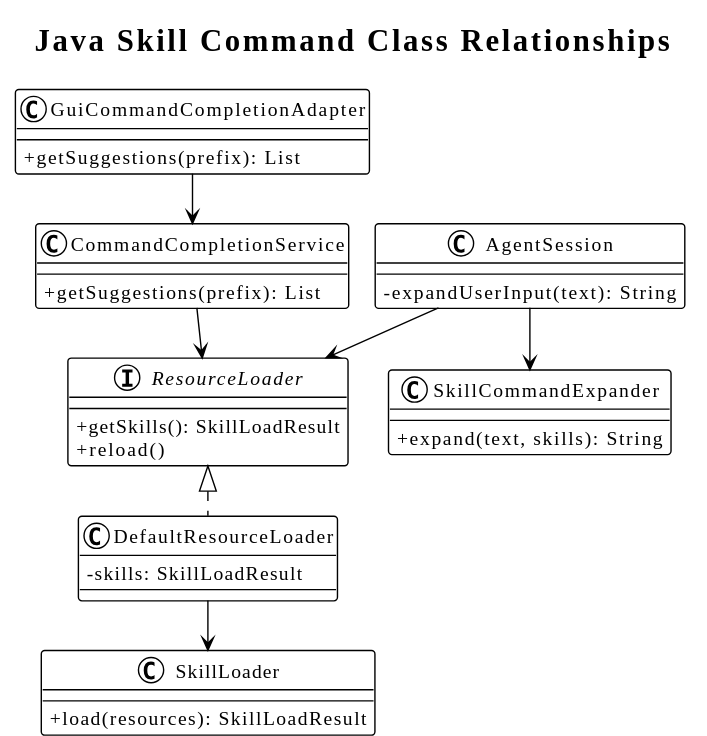
Above: diagrams/skill-command/09-class-relationships.svg in superheromeZzh/pi-mono-java-design (PlantUML), before the change. Its diagram source:
```plantuml
@startuml
!theme plain
!pragma layout smetana
skinparam defaultFontName "SansSerif"
skinparam shadowing false
skinparam backgroundColor transparent
skinparam classAttributeIconSize 0
title Java Skill Command Class Relationships

interface ResourceLoader {
  + getSkills(): SkillLoadResult
  + reload()
}
class DefaultResourceLoader {
  - skills: SkillLoadResult
}
class SkillLoader {
  + load(resources): SkillLoadResult
}
class SkillCommandExpander {
  + expand(text, skills): String
}
class CommandCompletionService {
  + getSuggestions(prefix): List
}
class GuiCommandCompletionAdapter {
  + getSuggestions(prefix): List
}
class AgentSession {
  - expandUserInput(text): String
}

ResourceLoader <|.. DefaultResourceLoader
DefaultResourceLoader --> SkillLoader
AgentSession --> ResourceLoader
AgentSession --> SkillCommandExpander
CommandCompletionService --> ResourceLoader
GuiCommandCompletionAdapter --> CommandCompletionService
@enduml
```
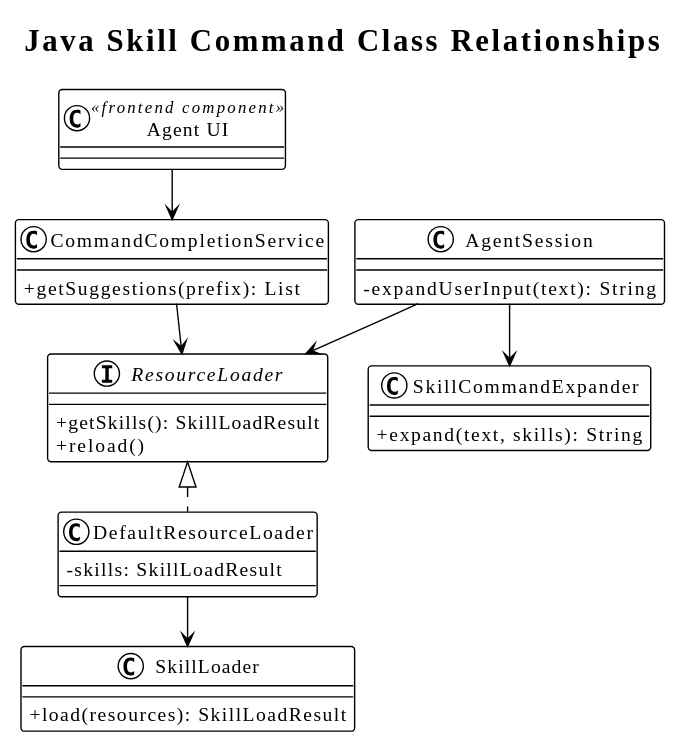
Above is the later version.

Commit message:
docs(agent): rename GUI adapter to Agent UI

What changed in the source:
```diff
@@ -23,9 +23,7 @@
 class CommandCompletionService {
   + getSuggestions(prefix): List
 }
-class GuiCommandCompletionAdapter {
-  + getSuggestions(prefix): List
-}
+class "Agent UI" as AgentUI <<frontend component>>
 class AgentSession {
   - expandUserInput(text): String
 }
@@ -35,5 +33,5 @@
 AgentSession --> ResourceLoader
 AgentSession --> SkillCommandExpander
 CommandCompletionService --> ResourceLoader
-GuiCommandCompletionAdapter --> CommandCompletionService
+AgentUI --> CommandCompletionService
 @enduml
```
